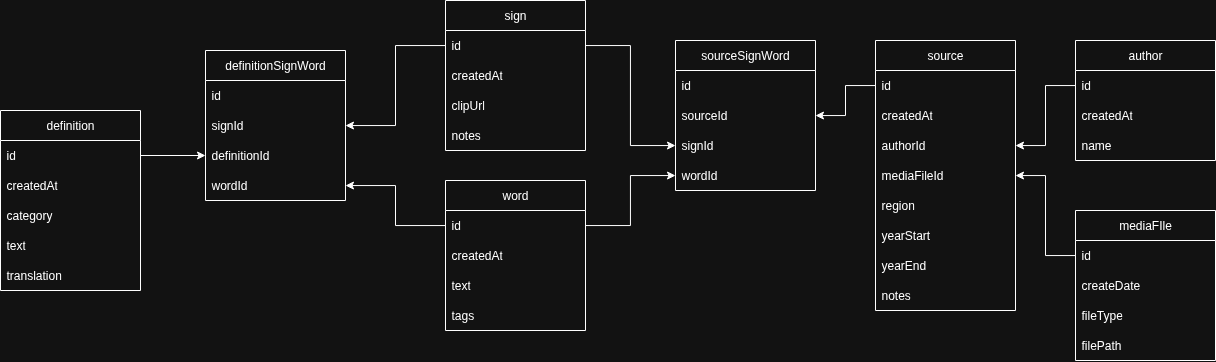
Above: database_schema.png in Hoinkas/SignArchive (draw.io), before the change. Source tidied: cells renumbered, new cells last; positions are measured from the earlier drawing's top-left corner, leaving out a move shared by most shapes.
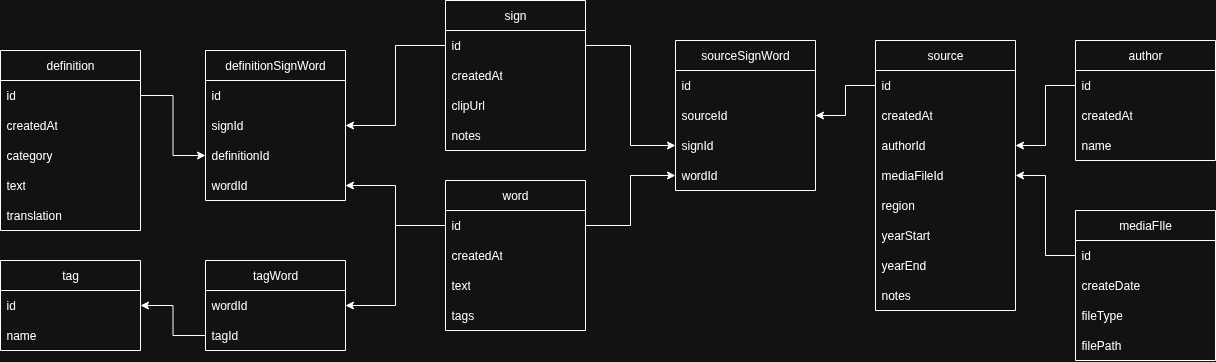
The same file after the commit.

What changed in the source:
```diff
@@ -102,7 +102,7 @@
       <mxGeometry y="120" width="140" height="30" as="geometry" />
     </mxCell>
     <mxCell id="35" value="definition" style="swimlane;fontStyle=0;horizontal=1;startSize=30;whiteSpace=wrap;html=1;" parent="1" vertex="1">
-      <mxGeometry y="110" width="140" height="180" as="geometry" />
+      <mxGeometry y="50" width="140" height="180" as="geometry" />
     </mxCell>
     <mxCell id="36" value="id" style="text;strokeColor=none;fillColor=none;align=left;verticalAlign=middle;spacingLeft=4;spacingRight=4;overflow=hidden;points=[[0,0.5],[1,0.5]];portConstraint=eastwest;whiteSpace=wrap;html=1;" parent="35" vertex="1">
       <mxGeometry y="30" width="140" height="30" as="geometry" />
@@ -158,5 +158,29 @@
     <mxCell id="53" style="edgeStyle=orthogonalEdgeStyle;rounded=0;jettySize=auto;html=1;" parent="1" edge="1" source="36" target="47">
       <mxGeometry relative="1" as="geometry" />
     </mxCell>
+    <mxCell id="54" value="tag" style="swimlane;fontStyle=0;horizontal=1;startSize=30;whiteSpace=wrap;html=1;" parent="1" vertex="1">
+      <mxGeometry y="260" width="140" height="90" as="geometry" />
+    </mxCell>
+    <mxCell id="55" value="id" style="text;strokeColor=none;fillColor=none;align=left;verticalAlign=middle;spacingLeft=4;spacingRight=4;overflow=hidden;points=[[0,0.5],[1,0.5]];portConstraint=eastwest;whiteSpace=wrap;html=1;" parent="54" vertex="1">
+      <mxGeometry y="30" width="140" height="30" as="geometry" />
+    </mxCell>
+    <mxCell id="56" value="name" style="text;strokeColor=none;fillColor=none;align=left;verticalAlign=middle;spacingLeft=4;spacingRight=4;overflow=hidden;whiteSpace=wrap;html=1;" parent="54" vertex="1">
+      <mxGeometry y="60" width="140" height="30" as="geometry" />
+    </mxCell>
+    <mxCell id="57" value="tagWord" style="swimlane;fontStyle=0;horizontal=1;startSize=30;whiteSpace=wrap;html=1;" parent="1" vertex="1">
+      <mxGeometry x="205" y="260" width="140" height="90" as="geometry" />
+    </mxCell>
+    <mxCell id="58" value="wordId" style="text;strokeColor=none;fillColor=none;align=left;verticalAlign=middle;spacingLeft=4;spacingRight=4;overflow=hidden;points=[[0,0.5],[1,0.5]];portConstraint=eastwest;whiteSpace=wrap;html=1;" parent="57" vertex="1">
+      <mxGeometry y="30" width="140" height="30" as="geometry" />
+    </mxCell>
+    <mxCell id="59" value="tagId" style="text;strokeColor=none;fillColor=none;align=left;verticalAlign=middle;spacingLeft=4;spacingRight=4;overflow=hidden;points=[[0,0.5],[1,0.5]];portConstraint=eastwest;whiteSpace=wrap;html=1;" parent="57" vertex="1">
+      <mxGeometry y="60" width="140" height="30" as="geometry" />
+    </mxCell>
+    <mxCell id="60" style="edgeStyle=orthogonalEdgeStyle;rounded=0;jettySize=auto;html=1;exitX=0;exitY=0.5;exitDx=0;exitDy=0;" parent="1" edge="1" source="12" target="58">
+      <mxGeometry relative="1" as="geometry" />
+    </mxCell>
+    <mxCell id="61" style="edgeStyle=orthogonalEdgeStyle;rounded=0;jettySize=auto;html=1;exitX=0;exitY=0.5;exitDx=0;exitDy=0;" parent="1" edge="1" source="59" target="55">
+      <mxGeometry relative="1" as="geometry" />
+    </mxCell>
   </root>
 </mxGraphModel>
```
